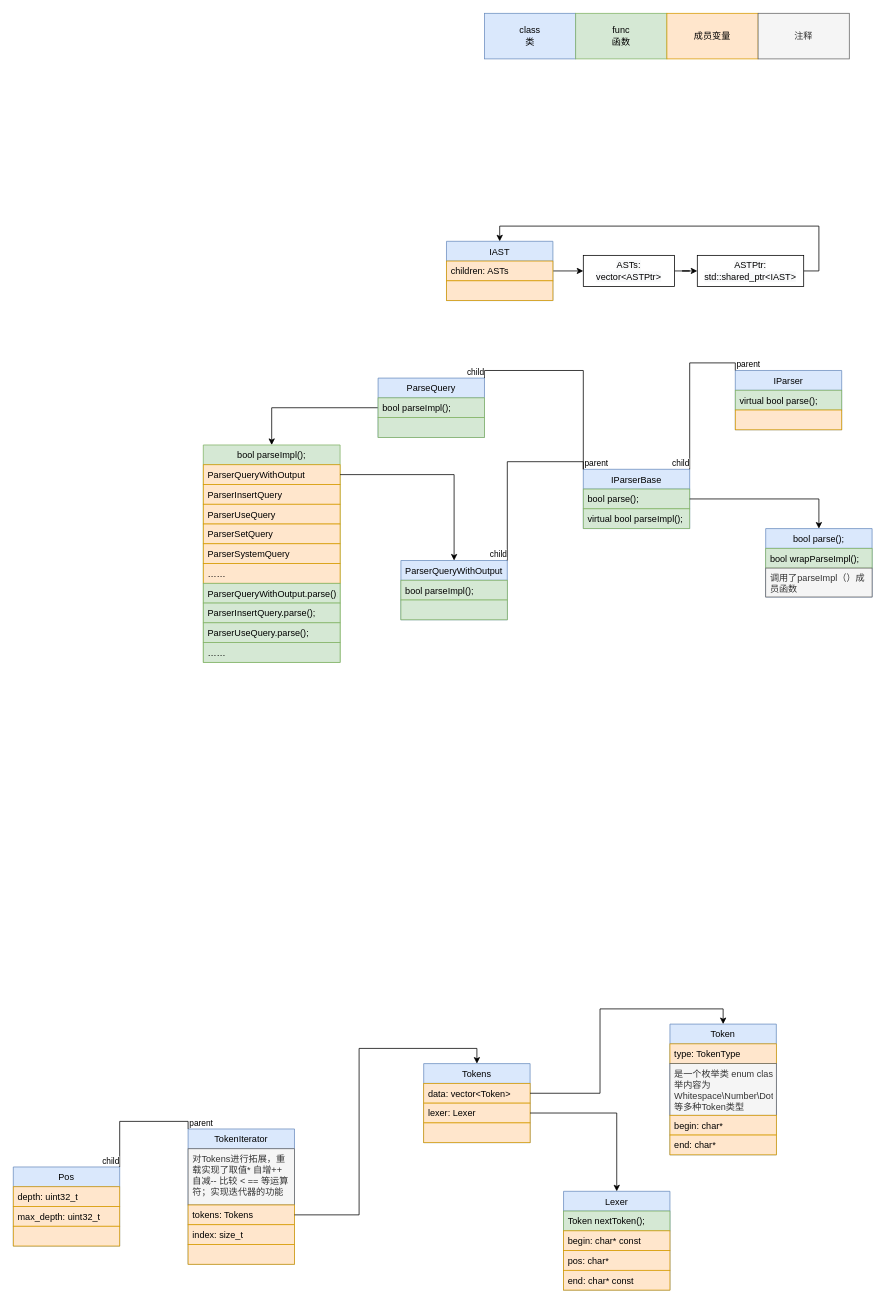
NeXT726/drawIO-ClickHouse keeps this draw.io diagram as ClickHouse/AST-Parser.drawio. Above is the earlier version. Source tidied: cells renumbered, new cells numbered last; positions are measured from the earlier drawing's top-left corner, leaving out a move shared by most shapes. Both pictures are drawn from the tidied source at 76%, with x=0, y=0 at pixel (13, 13).
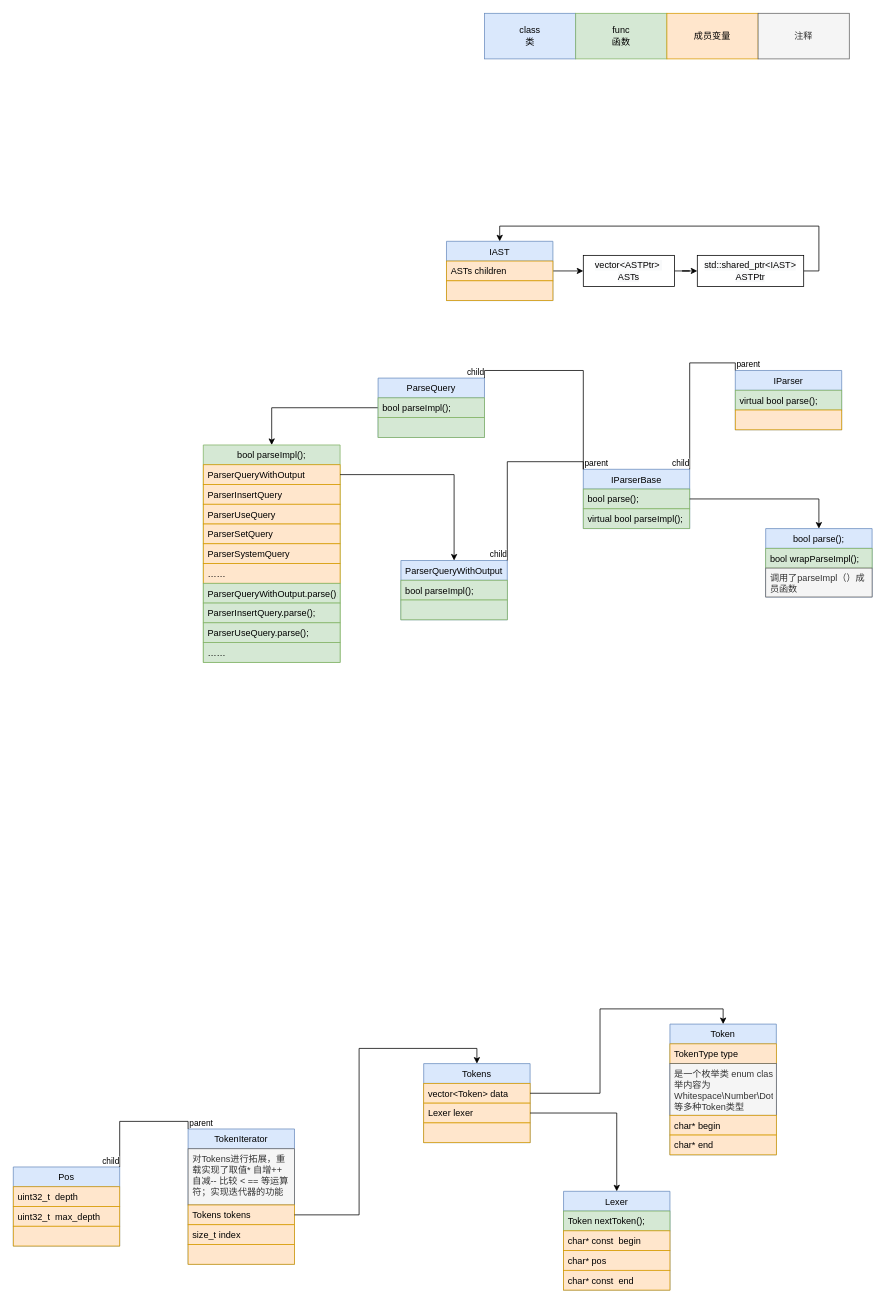
The same diagram, later.

Unchanged cells that the change refers to:
```xml
<mxCell id="2" value="Token" style="swimlane;fontStyle=0;horizontal=1;startSize=26;fillColor=#dae8fc;strokeColor=#6c8ebf;" parent="1" vertex="1">
  <mxGeometry x="864" y="1330" width="140" height="172" as="geometry" />
</mxCell>
<mxCell id="7" value="Lexer" style="swimlane;fontStyle=0;horizontal=1;startSize=26;fillColor=#dae8fc;html=0;strokeColor=#6c8ebf;" parent="1" vertex="1">
  <mxGeometry x="724" y="1550" width="140" height="130" as="geometry" />
</mxCell>
<mxCell id="16" value="Tokens" style="swimlane;fontStyle=0;horizontal=1;startSize=26;fillColor=#dae8fc;strokeColor=#6c8ebf;" parent="1" vertex="1">
  <mxGeometry x="540" y="1382" width="140" height="104" as="geometry" />
</mxCell>
<mxCell id="22" value="Pos" style="swimlane;fontStyle=0;horizontal=1;startSize=26;fillColor=#dae8fc;strokeColor=#6c8ebf;" parent="1" vertex="1">
  <mxGeometry y="1518" width="140" height="104" as="geometry" />
</mxCell>
<mxCell id="26" value="TokenIterator" style="swimlane;fontStyle=0;horizontal=1;startSize=26;fillColor=#dae8fc;strokeColor=#6c8ebf;" parent="1" vertex="1">
  <mxGeometry x="230" y="1468" width="140" height="178" as="geometry" />
</mxCell>
<mxCell id="33" value="IAST" style="swimlane;fontStyle=0;horizontal=1;startSize=26;fillColor=#dae8fc;strokeColor=#6c8ebf;" parent="1" vertex="1">
  <mxGeometry x="570" y="300" width="140" height="78" as="geometry" />
</mxCell>
```

Change to the diagram source:
```diff
@@
-    <mxCell id="3" value="type: TokenType" style="text;strokeColor=#d79b00;fillColor=#ffe6cc;align=left;verticalAlign=top;spacingLeft=4;spacingRight=4;overflow=hidden;" parent="2" vertex="1">
+    <mxCell id="3" value="TokenType type" style="text;strokeColor=#d79b00;fillColor=#ffe6cc;align=left;verticalAlign=top;spacingLeft=4;spacingRight=4;overflow=hidden;" parent="2" vertex="1">
       <mxGeometry y="26" width="140" height="26" as="geometry" />
     </mxCell>
@@
-    <mxCell id="5" value="begin: char*" style="text;strokeColor=#d79b00;fillColor=#ffe6cc;align=left;verticalAlign=top;spacingLeft=4;spacingRight=4;overflow=hidden;" parent="2" vertex="1">
+    <mxCell id="5" value="char* begin" style="text;strokeColor=#d79b00;fillColor=#ffe6cc;align=left;verticalAlign=top;spacingLeft=4;spacingRight=4;overflow=hidden;" parent="2" vertex="1">
       <mxGeometry y="120" width="140" height="26" as="geometry" />
     </mxCell>
-    <mxCell id="6" value="end: char*" style="text;strokeColor=#d79b00;fillColor=#ffe6cc;align=left;verticalAlign=top;spacingLeft=4;spacingRight=4;overflow=hidden;" parent="2" vertex="1">
+    <mxCell id="6" value="char* end" style="text;strokeColor=#d79b00;fillColor=#ffe6cc;align=left;verticalAlign=top;spacingLeft=4;spacingRight=4;overflow=hidden;" parent="2" vertex="1">
       <mxGeometry y="146" width="140" height="26" as="geometry" />
     </mxCell>
@@
-    <mxCell id="9" value="begin: char* const" style="text;strokeColor=#d79b00;fillColor=#ffe6cc;align=left;verticalAlign=top;spacingLeft=4;spacingRight=4;overflow=hidden;html=0;" parent="7" vertex="1">
+    <mxCell id="9" value="char* const  begin" style="text;strokeColor=#d79b00;fillColor=#ffe6cc;align=left;verticalAlign=top;spacingLeft=4;spacingRight=4;overflow=hidden;html=0;" parent="7" vertex="1">
       <mxGeometry y="52" width="140" height="26" as="geometry" />
     </mxCell>
-    <mxCell id="10" value="pos: char*" style="text;strokeColor=#d79b00;fillColor=#ffe6cc;align=left;verticalAlign=top;spacingLeft=4;spacingRight=4;overflow=hidden;html=0;" parent="7" vertex="1">
+    <mxCell id="10" value="char* pos" style="text;strokeColor=#d79b00;fillColor=#ffe6cc;align=left;verticalAlign=top;spacingLeft=4;spacingRight=4;overflow=hidden;html=0;" parent="7" vertex="1">
       <mxGeometry y="78" width="140" height="26" as="geometry" />
     </mxCell>
-    <mxCell id="11" value="end: char* const" style="text;strokeColor=#d79b00;fillColor=#ffe6cc;align=left;verticalAlign=top;spacingLeft=4;spacingRight=4;overflow=hidden;html=0;" parent="7" vertex="1">
+    <mxCell id="11" value="char* const  end" style="text;strokeColor=#d79b00;fillColor=#ffe6cc;align=left;verticalAlign=top;spacingLeft=4;spacingRight=4;overflow=hidden;html=0;" parent="7" vertex="1">
       <mxGeometry y="104" width="140" height="26" as="geometry" />
     </mxCell>
@@
-    <mxCell id="17" value="data: vector&lt;Token&gt;" style="text;strokeColor=#d79b00;fillColor=#ffe6cc;align=left;verticalAlign=top;spacingLeft=4;spacingRight=4;overflow=hidden;points=[[0,0.5],[1,0.5]];portConstraint=eastwest;" parent="16" vertex="1">
+    <mxCell id="17" value="vector&lt;Token&gt; data" style="text;strokeColor=#d79b00;fillColor=#ffe6cc;align=left;verticalAlign=top;spacingLeft=4;spacingRight=4;overflow=hidden;points=[[0,0.5],[1,0.5]];portConstraint=eastwest;" parent="16" vertex="1">
       <mxGeometry y="26" width="140" height="26" as="geometry" />
     </mxCell>
-    <mxCell id="18" value="lexer: Lexer" style="text;strokeColor=#d79b00;fillColor=#ffe6cc;align=left;verticalAlign=top;spacingLeft=4;spacingRight=4;overflow=hidden;points=[[0,0.5],[1,0.5]];portConstraint=eastwest;" parent="16" vertex="1">
+    <mxCell id="18" value="Lexer lexer" style="text;strokeColor=#d79b00;fillColor=#ffe6cc;align=left;verticalAlign=top;spacingLeft=4;spacingRight=4;overflow=hidden;points=[[0,0.5],[1,0.5]];portConstraint=eastwest;" parent="16" vertex="1">
       <mxGeometry y="52" width="140" height="26" as="geometry" />
     </mxCell>
@@
-    <mxCell id="23" value="depth: uint32_t" style="text;strokeColor=#d79b00;fillColor=#ffe6cc;align=left;verticalAlign=top;spacingLeft=4;spacingRight=4;overflow=hidden;" parent="22" vertex="1">
+    <mxCell id="23" value="uint32_t  depth" style="text;strokeColor=#d79b00;fillColor=#ffe6cc;align=left;verticalAlign=top;spacingLeft=4;spacingRight=4;overflow=hidden;" parent="22" vertex="1">
       <mxGeometry y="26" width="140" height="26" as="geometry" />
     </mxCell>
-    <mxCell id="24" value="max_depth: uint32_t" style="text;strokeColor=#d79b00;fillColor=#ffe6cc;align=left;verticalAlign=top;spacingLeft=4;spacingRight=4;overflow=hidden;" parent="22" vertex="1">
+    <mxCell id="24" value="uint32_t  max_depth" style="text;strokeColor=#d79b00;fillColor=#ffe6cc;align=left;verticalAlign=top;spacingLeft=4;spacingRight=4;overflow=hidden;" parent="22" vertex="1">
       <mxGeometry y="52" width="140" height="26" as="geometry" />
     </mxCell>
@@
-    <mxCell id="28" value="tokens: Tokens" style="text;strokeColor=#d79b00;fillColor=#ffe6cc;align=left;verticalAlign=top;spacingLeft=4;spacingRight=4;overflow=hidden;points=[[0,0.5],[1,0.5]];portConstraint=eastwest;" parent="26" vertex="1">
+    <mxCell id="28" value="Tokens tokens" style="text;strokeColor=#d79b00;fillColor=#ffe6cc;align=left;verticalAlign=top;spacingLeft=4;spacingRight=4;overflow=hidden;points=[[0,0.5],[1,0.5]];portConstraint=eastwest;" parent="26" vertex="1">
       <mxGeometry y="100" width="140" height="26" as="geometry" />
     </mxCell>
-    <mxCell id="29" value="index: size_t" style="text;strokeColor=#d79b00;fillColor=#ffe6cc;align=left;verticalAlign=top;spacingLeft=4;spacingRight=4;overflow=hidden;" parent="26" vertex="1">
+    <mxCell id="29" value="size_t index" style="text;strokeColor=#d79b00;fillColor=#ffe6cc;align=left;verticalAlign=top;spacingLeft=4;spacingRight=4;overflow=hidden;" parent="26" vertex="1">
       <mxGeometry y="126" width="140" height="26" as="geometry" />
     </mxCell>
@@
-    <mxCell id="34" value="children: ASTs" style="text;strokeColor=#d79b00;fillColor=#ffe6cc;align=left;verticalAlign=top;spacingLeft=4;spacingRight=4;overflow=hidden;" parent="33" vertex="1">
+    <mxCell id="34" value="ASTs children" style="text;strokeColor=#d79b00;fillColor=#ffe6cc;align=left;verticalAlign=top;spacingLeft=4;spacingRight=4;overflow=hidden;" parent="33" vertex="1">
       <mxGeometry y="26" width="140" height="26" as="geometry" />
     </mxCell>
@@
-    <mxCell id="37" value="&lt;span style=&quot;color: rgb(0, 0, 0); font-family: helvetica; font-size: 12px; font-style: normal; font-weight: 400; letter-spacing: normal; text-align: center; text-indent: 0px; text-transform: none; word-spacing: 0px; background-color: rgb(248, 249, 250); display: inline; float: none;&quot;&gt;ASTs: vector&amp;lt;ASTPtr&amp;gt;&lt;/span&gt;" style="rounded=0;whiteSpace=wrap;html=1;" parent="1" vertex="1">
+    <mxCell id="37" value="&lt;span style=&quot;color: rgb(0 , 0 , 0) ; font-family: &amp;#34;helvetica&amp;#34; ; font-size: 12px ; font-style: normal ; font-weight: 400 ; letter-spacing: normal ; text-align: center ; text-indent: 0px ; text-transform: none ; word-spacing: 0px ; background-color: rgb(248 , 249 , 250) ; display: inline ; float: none&quot;&gt;vector&amp;lt;ASTPtr&amp;gt;&amp;nbsp; ASTs&lt;/span&gt;" style="rounded=0;html=1;whiteSpace=wrap;" parent="1" vertex="1">
       <mxGeometry x="750" y="318.5" width="120" height="41" as="geometry" />
     </mxCell>
@@
-    <mxCell id="39" value="&lt;span style=&quot;color: rgb(0 , 0 , 0) ; font-family: &amp;#34;helvetica&amp;#34; ; font-size: 12px ; font-style: normal ; font-weight: 400 ; letter-spacing: normal ; text-align: center ; text-indent: 0px ; text-transform: none ; word-spacing: 0px ; background-color: rgb(248 , 249 , 250) ; display: inline ; float: none&quot;&gt;ASTPtr: std::shared_ptr&amp;lt;IAST&amp;gt;&lt;/span&gt;" style="rounded=0;whiteSpace=wrap;html=1;" parent="1" vertex="1">
+    <mxCell id="39" value="&lt;span style=&quot;color: rgb(0 , 0 , 0) ; font-family: &amp;#34;helvetica&amp;#34; ; font-size: 12px ; font-style: normal ; font-weight: 400 ; letter-spacing: normal ; text-align: center ; text-indent: 0px ; text-transform: none ; word-spacing: 0px ; background-color: rgb(248 , 249 , 250) ; display: inline ; float: none&quot;&gt;std::shared_ptr&amp;lt;IAST&amp;gt; ASTPtr&lt;/span&gt;" style="rounded=0;whiteSpace=wrap;html=1;" parent="1" vertex="1">
       <mxGeometry x="900" y="318.5" width="140" height="41" as="geometry" />
     </mxCell>
```
